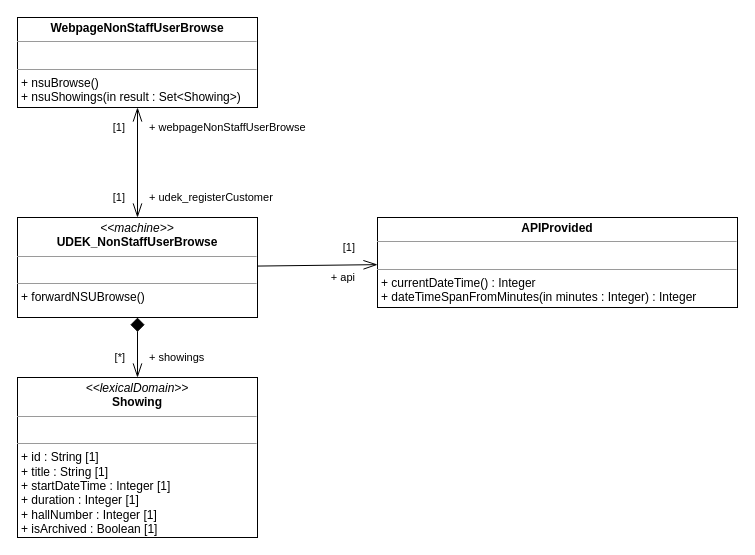
The draw.io diagram a06_class_diagram_NonStaffUserBrowse.drawio in melvdlin/swtlab, before the edit. Source tidied: cells renumbered, new cells numbered last; positions are measured from the earlier drawing's top-left corner, leaving out a move shared by most shapes. Both pictures are drawn from the tidied source at 100%, with x=0, y=0 at pixel (17, 17).
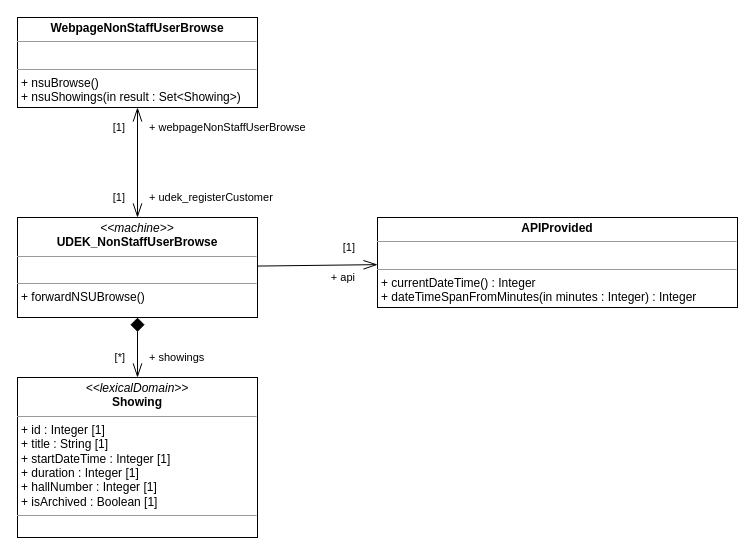
Above is the later version.

The edit, as a diff of the source:
```diff
@@
 <mxGraphModel>
   <root>
     <mxCell id="0" />
     <mxCell id="1" parent="0" />
     <mxCell id="2" style="rounded=0;jettySize=auto;html=1;startArrow=openThin;startFill=0;endArrow=openThin;endFill=0;endSize=12;startSize=12;" parent="1" edge="1" source="4" target="5">
       <mxGeometry relative="1" as="geometry" />
     </mxCell>
     <mxCell id="3" style="edgeStyle=none;shape=connector;rounded=0;jettySize=auto;html=1;labelBackgroundColor=default;fontFamily=Helvetica;fontSize=11;fontColor=default;startArrow=diamond;startFill=1;endArrow=openThin;endFill=0;startSize=12;endSize=12;strokeColor=default;" parent="1" edge="1" source="4" target="8">
       <mxGeometry relative="1" as="geometry" />
     </mxCell>
     <mxCell id="4" value="&lt;p style=&quot;margin: 0px ; margin-top: 4px ; text-align: center&quot;&gt;&lt;i&gt;&amp;lt;&amp;lt;machine&amp;gt;&amp;gt;&lt;/i&gt;&lt;br&gt;&lt;b&gt;UDEK_NonStaffUserBrowse&lt;/b&gt;&lt;/p&gt;&lt;hr size=&quot;1&quot;&gt;&lt;p style=&quot;margin: 0px ; margin-left: 4px&quot;&gt;&lt;br&gt;&lt;/p&gt;&lt;hr size=&quot;1&quot;&gt;&lt;p style=&quot;margin: 0px ; margin-left: 4px&quot;&gt;+ forwardNSUBrowse()&lt;br&gt;&lt;/p&gt;" style="verticalAlign=top;align=left;overflow=fill;fontSize=12;fontFamily=Helvetica;html=1;rounded=0;shadow=0;glass=0;comic=0;sketch=0;fontColor=default;gradientColor=none;" parent="1" vertex="1">
       <mxGeometry y="200" width="240" height="100" as="geometry" />
     </mxCell>
     <mxCell id="5" value="&lt;p style=&quot;margin: 0px ; margin-top: 4px ; text-align: center&quot;&gt;&lt;b&gt;WebpageNonStaffUserBrowse&lt;/b&gt;&lt;/p&gt;&lt;hr size=&quot;1&quot;&gt;&lt;p style=&quot;margin: 0px ; margin-left: 4px&quot;&gt;&lt;br&gt;&lt;/p&gt;&lt;hr size=&quot;1&quot;&gt;&lt;p style=&quot;margin: 0px ; margin-left: 4px&quot;&gt;+ nsuBrowse()&lt;/p&gt;&lt;p style=&quot;margin: 0px ; margin-left: 4px&quot;&gt;+ nsuShowings(in result : Set&amp;lt;Showing&amp;gt;)&lt;/p&gt;" style="verticalAlign=top;align=left;overflow=fill;fontSize=12;fontFamily=Helvetica;html=1;" parent="1" vertex="1">
       <mxGeometry width="240" height="90" as="geometry" />
     </mxCell>
     <mxCell id="6" value="[1]" style="text;html=1;strokeColor=none;fillColor=none;align=right;verticalAlign=middle;whiteSpace=wrap;rounded=0;fontFamily=Helvetica;fontSize=11;fontColor=default;" parent="1" vertex="1">
       <mxGeometry x="90" y="100" width="20" height="20" as="geometry" />
     </mxCell>
     <mxCell id="7" value="+ webpageNonStaffUserBrowse" style="text;html=1;strokeColor=none;fillColor=none;align=left;verticalAlign=middle;whiteSpace=wrap;rounded=0;fontFamily=Helvetica;fontSize=11;fontColor=default;" parent="1" vertex="1">
       <mxGeometry x="130" y="100" width="160" height="20" as="geometry" />
     </mxCell>
-    <mxCell id="8" value="&lt;p style=&quot;margin: 0px ; margin-top: 4px ; text-align: center&quot;&gt;&lt;i&gt;&amp;lt;&amp;lt;lexicalDomain&amp;gt;&amp;gt;&lt;/i&gt;&lt;br&gt;&lt;b&gt;Showing&lt;/b&gt;&lt;/p&gt;&lt;hr size=&quot;1&quot;&gt;&lt;p style=&quot;margin: 0px ; margin-left: 4px&quot;&gt;&lt;br&gt;&lt;/p&gt;&lt;hr size=&quot;1&quot;&gt;&lt;p style=&quot;margin: 0px ; margin-left: 4px&quot;&gt;+ id : String [1]&lt;br&gt;&lt;/p&gt;&lt;p style=&quot;margin: 0px ; margin-left: 4px&quot;&gt;+ title : String [1]&lt;/p&gt;&lt;p style=&quot;margin: 0px ; margin-left: 4px&quot;&gt;+ startDateTime : Integer [1]&lt;/p&gt;&lt;p style=&quot;margin: 0px ; margin-left: 4px&quot;&gt;+ duration : Integer [1]&lt;/p&gt;&lt;p style=&quot;margin: 0px ; margin-left: 4px&quot;&gt;+ hallNumber : Integer [1]&lt;/p&gt;&lt;p style=&quot;margin: 0px ; margin-left: 4px&quot;&gt;+ isArchived : Boolean [1]&lt;/p&gt;" style="verticalAlign=top;align=left;overflow=fill;fontSize=12;fontFamily=Helvetica;html=1;rounded=0;shadow=0;glass=0;comic=0;sketch=0;fontColor=default;gradientColor=none;" parent="1" vertex="1">
+    <mxCell id="8" value="&lt;p style=&quot;margin: 0px ; margin-top: 4px ; text-align: center&quot;&gt;&lt;i&gt;&amp;lt;&amp;lt;lexicalDomain&amp;gt;&amp;gt;&lt;/i&gt;&lt;br&gt;&lt;b&gt;Showing&lt;/b&gt;&lt;/p&gt;&lt;hr size=&quot;1&quot;&gt;&lt;p style=&quot;margin: 0px 0px 0px 4px&quot;&gt;+ id : Integer [1]&lt;br&gt;&lt;/p&gt;&lt;p style=&quot;margin: 0px 0px 0px 4px&quot;&gt;+ title : String [1]&lt;/p&gt;&lt;p style=&quot;margin: 0px 0px 0px 4px&quot;&gt;+ startDateTime : Integer [1]&lt;/p&gt;&lt;p style=&quot;margin: 0px 0px 0px 4px&quot;&gt;+ duration : Integer [1]&lt;/p&gt;&lt;p style=&quot;margin: 0px 0px 0px 4px&quot;&gt;+ hallNumber : Integer [1]&lt;/p&gt;&lt;p style=&quot;margin: 0px 0px 0px 4px&quot;&gt;+ isArchived : Boolean [1]&lt;/p&gt;&lt;hr size=&quot;1&quot;&gt;&lt;p style=&quot;margin: 0px ; margin-left: 4px&quot;&gt;&lt;br&gt;&lt;/p&gt;" style="verticalAlign=top;align=left;overflow=fill;fontSize=12;fontFamily=Helvetica;html=1;rounded=0;shadow=0;glass=0;comic=0;sketch=0;fontColor=default;gradientColor=none;" parent="1" vertex="1">
       <mxGeometry y="360" width="240" height="160" as="geometry" />
     </mxCell>
     <mxCell id="9" value="[1]" style="text;html=1;strokeColor=none;fillColor=none;align=right;verticalAlign=middle;whiteSpace=wrap;rounded=0;fontFamily=Helvetica;fontSize=11;fontColor=default;" parent="1" vertex="1">
       <mxGeometry x="90" y="170" width="20" height="20" as="geometry" />
     </mxCell>
     <mxCell id="10" value="+ udek_registerCustomer" style="text;html=1;strokeColor=none;fillColor=none;align=left;verticalAlign=middle;whiteSpace=wrap;rounded=0;fontFamily=Helvetica;fontSize=11;fontColor=default;" parent="1" vertex="1">
       <mxGeometry x="130" y="170" width="130" height="20" as="geometry" />
     </mxCell>
     <mxCell id="11" value="[*]" style="text;html=1;strokeColor=none;fillColor=none;align=right;verticalAlign=middle;whiteSpace=wrap;rounded=0;fontFamily=Helvetica;fontSize=11;fontColor=default;" parent="1" vertex="1">
       <mxGeometry x="90" y="330" width="20" height="20" as="geometry" />
     </mxCell>
     <mxCell id="12" value="+ showings" style="text;html=1;strokeColor=none;fillColor=none;align=left;verticalAlign=middle;whiteSpace=wrap;rounded=0;fontFamily=Helvetica;fontSize=11;fontColor=default;" parent="1" vertex="1">
       <mxGeometry x="130" y="330" width="60" height="20" as="geometry" />
     </mxCell>
     <mxCell id="13" value="&lt;p style=&quot;margin: 0px ; margin-top: 4px ; text-align: center&quot;&gt;&lt;b&gt;APIProvided&lt;/b&gt;&lt;/p&gt;&lt;hr size=&quot;1&quot;&gt;&lt;p style=&quot;margin: 0px ; margin-left: 4px&quot;&gt;&lt;br&gt;&lt;/p&gt;&lt;hr size=&quot;1&quot;&gt;&lt;p style=&quot;margin: 0px ; margin-left: 4px&quot;&gt;+ currentDateTime() : Integer&lt;/p&gt;&lt;p style=&quot;margin: 0px ; margin-left: 4px&quot;&gt;+ dateTimeSpanFromMinutes(in minutes : Integer) : Integer&lt;/p&gt;" style="verticalAlign=top;align=left;overflow=fill;fontSize=12;fontFamily=Helvetica;html=1;" parent="1" vertex="1">
       <mxGeometry x="360" y="200" width="360" height="90" as="geometry" />
     </mxCell>
     <mxCell id="14" style="rounded=0;jettySize=auto;html=1;startArrow=none;startFill=0;endArrow=openThin;endFill=0;endSize=12;startSize=12;" parent="1" edge="1" source="4" target="13">
       <mxGeometry relative="1" as="geometry" />
     </mxCell>
     <mxCell id="15" value="[1]" style="text;html=1;strokeColor=none;fillColor=none;align=right;verticalAlign=middle;whiteSpace=wrap;rounded=0;fontFamily=Helvetica;fontSize=11;fontColor=default;" parent="1" vertex="1">
       <mxGeometry x="320" y="220" width="20" height="20" as="geometry" />
     </mxCell>
     <mxCell id="16" value="+ api" style="text;html=1;strokeColor=none;fillColor=none;align=right;verticalAlign=middle;whiteSpace=wrap;rounded=0;fontFamily=Helvetica;fontSize=11;fontColor=default;" parent="1" vertex="1">
       <mxGeometry x="310" y="250" width="30" height="20" as="geometry" />
     </mxCell>
   </root>
 </mxGraphModel>
```
